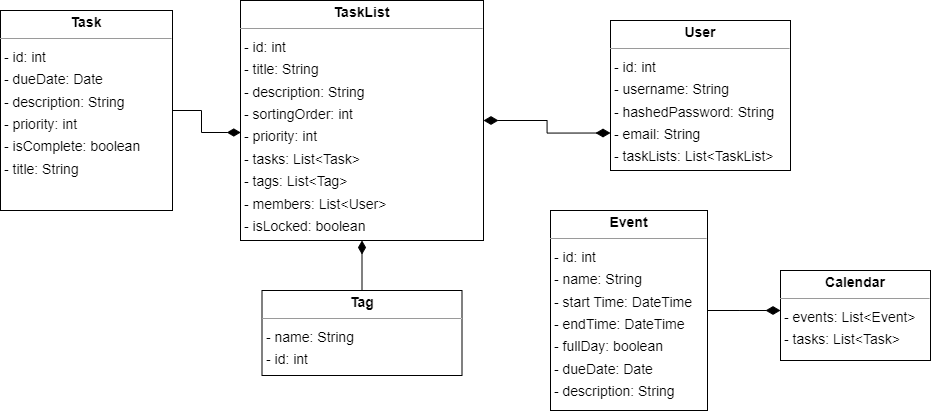
Earlier version of the draw.io export pictures/Datenmodell.png (2324-syp-3ahif/Project-LAMP). Source tidied: cells renumbered, new cells last; positions are measured from the earlier drawing's top-left corner, leaving out a move shared by most shapes.
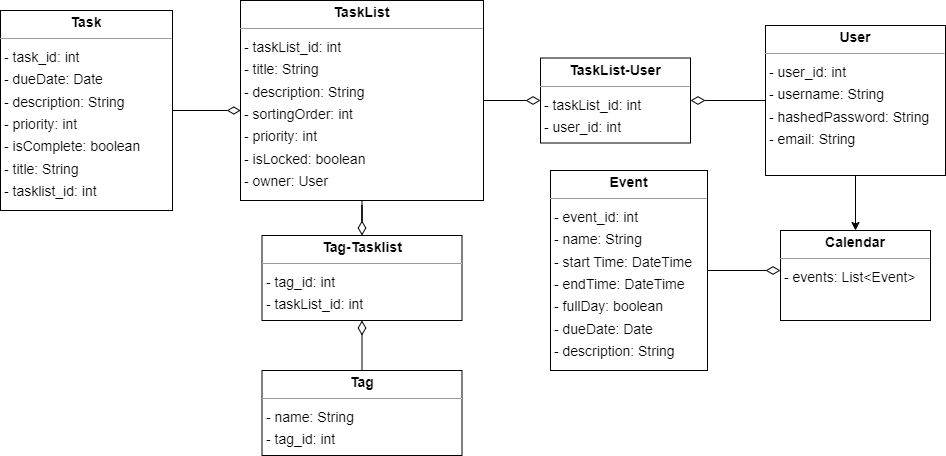
The same file after the commit.

What changed in the source:
```diff
@@ -2,37 +2,52 @@
   <root>
     <mxCell id="0" />
     <mxCell id="1" parent="0" />
-    <mxCell id="2" value="&lt;p style=&quot;margin:0px;margin-top:4px;text-align:center;&quot;&gt;&lt;b&gt;Calendar&lt;/b&gt;&lt;/p&gt;&lt;hr size=&quot;1&quot;&gt;&lt;p style=&quot;margin:0 0 0 4px;line-height:1.6;&quot;&gt;&lt;/p&gt;&lt;p style=&quot;margin:0 0 0 4px;line-height:1.6;&quot;&gt;- events: List&amp;lt;Event&amp;gt;&lt;/p&gt;&lt;p style=&quot;margin:0 0 0 4px;line-height:1.6;&quot;&gt;- tasks: List&amp;lt;Task&amp;gt;&lt;/p&gt;" style="verticalAlign=top;align=left;overflow=fill;fontSize=14;fontFamily=Helvetica;html=1;rounded=0;shadow=0;comic=0;labelBackgroundColor=none;strokeWidth=1;" parent="1" vertex="1">
+    <mxCell id="2" value="&lt;p style=&quot;margin:0px;margin-top:4px;text-align:center;&quot;&gt;&lt;b&gt;Calendar&lt;/b&gt;&lt;/p&gt;&lt;hr size=&quot;1&quot;&gt;&lt;p style=&quot;margin:0 0 0 4px;line-height:1.6;&quot;&gt;&lt;/p&gt;&lt;p style=&quot;margin:0 0 0 4px;line-height:1.6;&quot;&gt;- events: List&amp;lt;Event&amp;gt;&lt;/p&gt;" style="verticalAlign=top;align=left;overflow=fill;fontSize=14;fontFamily=Helvetica;html=1;rounded=0;shadow=0;comic=0;labelBackgroundColor=none;strokeWidth=1;" parent="1" vertex="1">
       <mxGeometry x="780" y="270" width="150" height="90" as="geometry" />
     </mxCell>
-    <mxCell id="3" style="edgeStyle=orthogonalEdgeStyle;rounded=0;jettySize=auto;html=1;endArrow=diamondThin;endFill=1;endSize=12;" parent="1" edge="1" source="4">
+    <mxCell id="3" style="edgeStyle=orthogonalEdgeStyle;rounded=0;jettySize=auto;html=1;endArrow=diamondThin;endFill=0;endSize=12;" parent="1" edge="1" source="4">
       <mxGeometry relative="1" as="geometry">
         <mxPoint x="780" y="310" as="targetPoint" />
       </mxGeometry>
     </mxCell>
-    <mxCell id="4" value="&lt;p style=&quot;margin:0px;margin-top:4px;text-align:center;&quot;&gt;&lt;b&gt;Event&lt;/b&gt;&lt;/p&gt;&lt;hr size=&quot;1&quot;&gt;&lt;p style=&quot;margin:0 0 0 4px;line-height:1.6;&quot;&gt;&lt;/p&gt;&lt;p style=&quot;margin:0 0 0 4px;line-height:1.6;&quot;&gt;- id: int&lt;/p&gt;&lt;p style=&quot;margin:0 0 0 4px;line-height:1.6;&quot;&gt;- name: String&lt;/p&gt;&lt;p style=&quot;margin:0 0 0 4px;line-height:1.6;&quot;&gt;- start Time: DateTime&lt;/p&gt;&lt;p style=&quot;margin:0 0 0 4px;line-height:1.6;&quot;&gt;- endTime: DateTime&lt;/p&gt;&lt;p style=&quot;margin:0 0 0 4px;line-height:1.6;&quot;&gt;- fullDay: boolean&lt;br&gt;- dueDate: Date&lt;br&gt;- description: String&lt;/p&gt;" style="verticalAlign=top;align=left;overflow=fill;fontSize=14;fontFamily=Helvetica;html=1;rounded=0;shadow=0;comic=0;labelBackgroundColor=none;strokeWidth=1;" parent="1" vertex="1">
+    <mxCell id="4" value="&lt;p style=&quot;margin:0px;margin-top:4px;text-align:center;&quot;&gt;&lt;b&gt;Event&lt;/b&gt;&lt;/p&gt;&lt;hr size=&quot;1&quot;&gt;&lt;p style=&quot;margin:0 0 0 4px;line-height:1.6;&quot;&gt;&lt;/p&gt;&lt;p style=&quot;margin:0 0 0 4px;line-height:1.6;&quot;&gt;- event_id: int&lt;/p&gt;&lt;p style=&quot;margin:0 0 0 4px;line-height:1.6;&quot;&gt;- name: String&lt;/p&gt;&lt;p style=&quot;margin:0 0 0 4px;line-height:1.6;&quot;&gt;- start Time: DateTime&lt;/p&gt;&lt;p style=&quot;margin:0 0 0 4px;line-height:1.6;&quot;&gt;- endTime: DateTime&lt;/p&gt;&lt;p style=&quot;margin:0 0 0 4px;line-height:1.6;&quot;&gt;- fullDay: boolean&lt;br&gt;- dueDate: Date&lt;br&gt;- description: String&lt;/p&gt;" style="verticalAlign=top;align=left;overflow=fill;fontSize=14;fontFamily=Helvetica;html=1;rounded=0;shadow=0;comic=0;labelBackgroundColor=none;strokeWidth=1;" parent="1" vertex="1">
       <mxGeometry x="550" y="210" width="157" height="200" as="geometry" />
     </mxCell>
-    <mxCell id="5" style="edgeStyle=orthogonalEdgeStyle;rounded=0;jettySize=auto;html=1;entryX=0.5;entryY=1;entryDx=0;entryDy=0;endSize=11;endArrow=diamondThin;endFill=1;" parent="1" edge="1" source="6" target="9">
-      <mxGeometry relative="1" as="geometry" />
-    </mxCell>
+    <mxCell id="12" style="edgeStyle=orthogonalEdgeStyle;rounded=0;jettySize=auto;html=1;entryX=0.5;entryY=1;entryDx=0;entryDy=0;endArrow=diamondThin;endFill=0;endSize=12;" parent="1" edge="1" source="6" target="17">
+      <mxGeometry relative="1" as="geometry" />
+    </mxCell>
-    <mxCell id="6" value="&lt;p style=&quot;margin:0px;margin-top:4px;text-align:center;&quot;&gt;&lt;b&gt;Tag&lt;/b&gt;&lt;/p&gt;&lt;hr size=&quot;1&quot;&gt;&lt;p style=&quot;margin:0 0 0 4px;line-height:1.6;&quot;&gt;&lt;/p&gt;&lt;p style=&quot;margin:0 0 0 4px;line-height:1.6;&quot;&gt;- name: String&lt;/p&gt;&lt;p style=&quot;margin:0 0 0 4px;line-height:1.6;&quot;&gt;- id: int&lt;/p&gt;&lt;p style=&quot;margin:0 0 0 4px;line-height:1.6;&quot;&gt;&lt;br&gt;&lt;/p&gt;" style="verticalAlign=top;align=left;overflow=fill;fontSize=14;fontFamily=Helvetica;html=1;rounded=0;shadow=0;comic=0;labelBackgroundColor=none;strokeWidth=1;" parent="1" vertex="1">
-      <mxGeometry x="261.5" y="290" width="200" height="85" as="geometry" />
+    <mxCell id="6" value="&lt;p style=&quot;margin:0px;margin-top:4px;text-align:center;&quot;&gt;&lt;b&gt;Tag&lt;/b&gt;&lt;/p&gt;&lt;hr size=&quot;1&quot;&gt;&lt;p style=&quot;margin:0 0 0 4px;line-height:1.6;&quot;&gt;&lt;/p&gt;&lt;p style=&quot;margin:0 0 0 4px;line-height:1.6;&quot;&gt;- name: String&lt;/p&gt;&lt;p style=&quot;margin:0 0 0 4px;line-height:1.6;&quot;&gt;- tag_id: int&lt;/p&gt;&lt;p style=&quot;margin:0 0 0 4px;line-height:1.6;&quot;&gt;&lt;br&gt;&lt;/p&gt;" style="verticalAlign=top;align=left;overflow=fill;fontSize=14;fontFamily=Helvetica;html=1;rounded=0;shadow=0;comic=0;labelBackgroundColor=none;strokeWidth=1;" parent="1" vertex="1">
+      <mxGeometry x="261.5" y="410" width="200" height="85" as="geometry" />
     </mxCell>
-    <mxCell id="7" value="&lt;p style=&quot;margin:0px;margin-top:4px;text-align:center;&quot;&gt;&lt;b&gt;Task&lt;/b&gt;&lt;/p&gt;&lt;hr size=&quot;1&quot;&gt;&lt;p style=&quot;margin:0 0 0 4px;line-height:1.6;&quot;&gt;&lt;/p&gt;&lt;p style=&quot;margin:0 0 0 4px;line-height:1.6;&quot;&gt;- id: int&lt;/p&gt;&lt;p style=&quot;margin:0 0 0 4px;line-height:1.6;&quot;&gt;- dueDate: Date&lt;br&gt;- description: String&lt;br&gt;- priority: int&lt;br&gt;- isComplete: boolean&lt;br&gt;- title: String&lt;/p&gt;" style="verticalAlign=top;align=left;overflow=fill;fontSize=14;fontFamily=Helvetica;html=1;rounded=0;shadow=0;comic=0;labelBackgroundColor=none;strokeWidth=1;" parent="1" vertex="1">
-      <mxGeometry y="10" width="172" height="200" as="geometry" />
+    <mxCell id="7" value="&lt;p style=&quot;margin:0px;margin-top:4px;text-align:center;&quot;&gt;&lt;b&gt;Task&lt;/b&gt;&lt;/p&gt;&lt;hr size=&quot;1&quot;&gt;&lt;p style=&quot;margin:0 0 0 4px;line-height:1.6;&quot;&gt;&lt;/p&gt;&lt;p style=&quot;margin:0 0 0 4px;line-height:1.6;&quot;&gt;- task_id: int&lt;/p&gt;&lt;p style=&quot;margin:0 0 0 4px;line-height:1.6;&quot;&gt;- dueDate: Date&lt;br&gt;- description: String&lt;br&gt;- priority: int&lt;br&gt;- isComplete: boolean&lt;br&gt;- title: String&lt;br&gt;- tasklist_id: int&lt;/p&gt;" style="verticalAlign=top;align=left;overflow=fill;fontSize=14;fontFamily=Helvetica;html=1;rounded=0;shadow=0;comic=0;labelBackgroundColor=none;strokeWidth=1;" parent="1" vertex="1">
+      <mxGeometry y="50" width="172" height="200" as="geometry" />
     </mxCell>
-    <mxCell id="8" style="edgeStyle=orthogonalEdgeStyle;rounded=0;jettySize=auto;html=1;entryX=0;entryY=0.75;entryDx=0;entryDy=0;endArrow=diamondThin;endFill=1;endSize=12;startArrow=diamondThin;startFill=1;startSize=12;" parent="1" edge="1" source="9" target="10">
-      <mxGeometry relative="1" as="geometry" />
-    </mxCell>
+    <mxCell id="13" style="edgeStyle=orthogonalEdgeStyle;rounded=0;jettySize=auto;html=1;entryX=0.5;entryY=0;entryDx=0;entryDy=0;endArrow=diamondThin;endFill=0;endSize=12;" parent="1" edge="1" source="9" target="17">
+      <mxGeometry relative="1" as="geometry" />
+    </mxCell>
+    <mxCell id="14" style="edgeStyle=orthogonalEdgeStyle;rounded=0;jettySize=auto;html=1;entryX=0;entryY=0.5;entryDx=0;entryDy=0;endSize=12;endArrow=diamondThin;endFill=0;" parent="1" edge="1" source="9" target="18">
+      <mxGeometry relative="1" as="geometry" />
+    </mxCell>
-    <mxCell id="9" value="&lt;p style=&quot;margin:0px;margin-top:4px;text-align:center;&quot;&gt;&lt;b&gt;TaskList&lt;/b&gt;&lt;/p&gt;&lt;hr size=&quot;1&quot;&gt;&lt;p style=&quot;margin:0 0 0 4px;line-height:1.6;&quot;&gt;&lt;/p&gt;&lt;p style=&quot;margin:0 0 0 4px;line-height:1.6;&quot;&gt;- id: int&lt;/p&gt;&lt;p style=&quot;margin:0 0 0 4px;line-height:1.6;&quot;&gt;- title: String&lt;/p&gt;&lt;p style=&quot;margin:0 0 0 4px;line-height:1.6;&quot;&gt;- description: String&lt;br&gt;- sortingOrder: int&lt;/p&gt;&lt;p style=&quot;margin:0 0 0 4px;line-height:1.6;&quot;&gt;- priority: int&lt;br&gt;- tasks: List&amp;lt;Task&amp;gt;&lt;/p&gt;&lt;p style=&quot;margin:0 0 0 4px;line-height:1.6;&quot;&gt;- tags: List&amp;lt;Tag&amp;gt;&lt;/p&gt;&lt;p style=&quot;margin:0 0 0 4px;line-height:1.6;&quot;&gt;- members: List&amp;lt;User&amp;gt;&lt;/p&gt;&lt;p style=&quot;margin:0 0 0 4px;line-height:1.6;&quot;&gt;- isLocked: boolean&lt;/p&gt;" style="verticalAlign=top;align=left;overflow=fill;fontSize=14;fontFamily=Helvetica;html=1;rounded=0;shadow=0;comic=0;labelBackgroundColor=none;strokeWidth=1;" parent="1" vertex="1">
-      <mxGeometry x="240" width="243" height="240" as="geometry" />
+    <mxCell id="9" value="&lt;p style=&quot;margin:0px;margin-top:4px;text-align:center;&quot;&gt;&lt;b&gt;TaskList&lt;/b&gt;&lt;/p&gt;&lt;hr size=&quot;1&quot;&gt;&lt;p style=&quot;margin:0 0 0 4px;line-height:1.6;&quot;&gt;&lt;/p&gt;&lt;p style=&quot;margin:0 0 0 4px;line-height:1.6;&quot;&gt;- taskList_id: int&lt;/p&gt;&lt;p style=&quot;margin:0 0 0 4px;line-height:1.6;&quot;&gt;- title: String&lt;/p&gt;&lt;p style=&quot;margin:0 0 0 4px;line-height:1.6;&quot;&gt;- description: String&lt;br&gt;- sortingOrder: int&lt;/p&gt;&lt;p style=&quot;margin:0 0 0 4px;line-height:1.6;&quot;&gt;- priority: int&lt;/p&gt;&lt;p style=&quot;margin:0 0 0 4px;line-height:1.6;&quot;&gt;&lt;span style=&quot;background-color: initial;&quot;&gt;- isLocked: boolean&lt;/span&gt;&lt;br&gt;&lt;/p&gt;&lt;p style=&quot;margin:0 0 0 4px;line-height:1.6;&quot;&gt;- owner: User&lt;/p&gt;" style="verticalAlign=top;align=left;overflow=fill;fontSize=14;fontFamily=Helvetica;html=1;rounded=0;shadow=0;comic=0;labelBackgroundColor=none;strokeWidth=1;" parent="1" vertex="1">
+      <mxGeometry x="240" y="40" width="243" height="200" as="geometry" />
     </mxCell>
+    <mxCell id="15" style="edgeStyle=orthogonalEdgeStyle;rounded=0;jettySize=auto;html=1;endSize=12;endArrow=diamondThin;endFill=0;" parent="1" edge="1" source="10" target="18">
+      <mxGeometry relative="1" as="geometry" />
+    </mxCell>
+    <mxCell id="16" style="edgeStyle=orthogonalEdgeStyle;rounded=0;jettySize=auto;html=1;" parent="1" edge="1" source="10" target="2">
+      <mxGeometry relative="1" as="geometry" />
+    </mxCell>
-    <mxCell id="10" value="&lt;p style=&quot;margin:0px;margin-top:4px;text-align:center;&quot;&gt;&lt;b&gt;User&lt;/b&gt;&lt;/p&gt;&lt;hr size=&quot;1&quot;&gt;&lt;p style=&quot;margin:0 0 0 4px;line-height:1.6;&quot;&gt;&lt;/p&gt;&lt;p style=&quot;margin:0 0 0 4px;line-height:1.6;&quot;&gt;- id: int&lt;br&gt;- username: String&lt;/p&gt;&lt;p style=&quot;margin:0 0 0 4px;line-height:1.6;&quot;&gt;- hashedPassword: String&lt;/p&gt;&lt;p style=&quot;margin:0 0 0 4px;line-height:1.6;&quot;&gt;- email: String&lt;/p&gt;&lt;p style=&quot;margin:0 0 0 4px;line-height:1.6;&quot;&gt;- taskLists: List&amp;lt;TaskList&amp;gt;&lt;/p&gt;" style="verticalAlign=top;align=left;overflow=fill;fontSize=14;fontFamily=Helvetica;html=1;rounded=0;shadow=0;comic=0;labelBackgroundColor=none;strokeWidth=1;" parent="1" vertex="1">
-      <mxGeometry x="610" y="20" width="180" height="150" as="geometry" />
+    <mxCell id="10" value="&lt;p style=&quot;margin:0px;margin-top:4px;text-align:center;&quot;&gt;&lt;b&gt;User&lt;/b&gt;&lt;/p&gt;&lt;hr size=&quot;1&quot;&gt;&lt;p style=&quot;margin:0 0 0 4px;line-height:1.6;&quot;&gt;&lt;/p&gt;&lt;p style=&quot;margin:0 0 0 4px;line-height:1.6;&quot;&gt;- user_id: int&lt;br&gt;- username: String&lt;/p&gt;&lt;p style=&quot;margin:0 0 0 4px;line-height:1.6;&quot;&gt;- hashedPassword: String&lt;/p&gt;&lt;p style=&quot;margin:0 0 0 4px;line-height:1.6;&quot;&gt;- email: String&lt;/p&gt;" style="verticalAlign=top;align=left;overflow=fill;fontSize=14;fontFamily=Helvetica;html=1;rounded=0;shadow=0;comic=0;labelBackgroundColor=none;strokeWidth=1;" parent="1" vertex="1">
+      <mxGeometry x="765" y="65" width="180" height="150" as="geometry" />
     </mxCell>
-    <mxCell id="11" style="edgeStyle=orthogonalEdgeStyle;rounded=0;jettySize=auto;html=1;entryX=0.001;entryY=0.55;entryDx=0;entryDy=0;entryPerimeter=0;endSize=11;endArrow=diamondThin;endFill=1;" parent="1" edge="1" source="7" target="9">
+    <mxCell id="11" style="edgeStyle=orthogonalEdgeStyle;rounded=0;jettySize=auto;html=1;entryX=0.001;entryY=0.55;entryDx=0;entryDy=0;entryPerimeter=0;endSize=11;endArrow=diamondThin;endFill=0;" parent="1" edge="1" source="7" target="9">
       <mxGeometry relative="1" as="geometry" />
     </mxCell>
+    <mxCell id="17" value="&lt;p style=&quot;margin:0px;margin-top:4px;text-align:center;&quot;&gt;&lt;b&gt;Tag-Tasklist&lt;/b&gt;&lt;/p&gt;&lt;hr size=&quot;1&quot;&gt;&lt;p style=&quot;margin:0 0 0 4px;line-height:1.6;&quot;&gt;&lt;/p&gt;&lt;p style=&quot;margin:0 0 0 4px;line-height:1.6;&quot;&gt;- tag_id: int&lt;/p&gt;&lt;p style=&quot;margin:0 0 0 4px;line-height:1.6;&quot;&gt;- taskList_id: int&lt;/p&gt;&lt;p style=&quot;margin:0 0 0 4px;line-height:1.6;&quot;&gt;&lt;br&gt;&lt;/p&gt;" style="verticalAlign=top;align=left;overflow=fill;fontSize=14;fontFamily=Helvetica;html=1;rounded=0;shadow=0;comic=0;labelBackgroundColor=none;strokeWidth=1;" parent="1" vertex="1">
+      <mxGeometry x="261.5" y="275" width="200" height="85" as="geometry" />
+    </mxCell>
+    <mxCell id="18" value="&lt;p style=&quot;margin:0px;margin-top:4px;text-align:center;&quot;&gt;&lt;b&gt;TaskList-User&lt;/b&gt;&lt;/p&gt;&lt;hr size=&quot;1&quot;&gt;&lt;p style=&quot;margin:0 0 0 4px;line-height:1.6;&quot;&gt;&lt;/p&gt;&lt;p style=&quot;margin:0 0 0 4px;line-height:1.6;&quot;&gt;- taskList_id: int&lt;br&gt;- user_id: int&lt;/p&gt;" style="verticalAlign=top;align=left;overflow=fill;fontSize=14;fontFamily=Helvetica;html=1;rounded=0;shadow=0;comic=0;labelBackgroundColor=none;strokeWidth=1;" parent="1" vertex="1">
+      <mxGeometry x="540" y="97.5" width="150" height="85" as="geometry" />
+    </mxCell>
   </root>
 </mxGraphModel>
```
